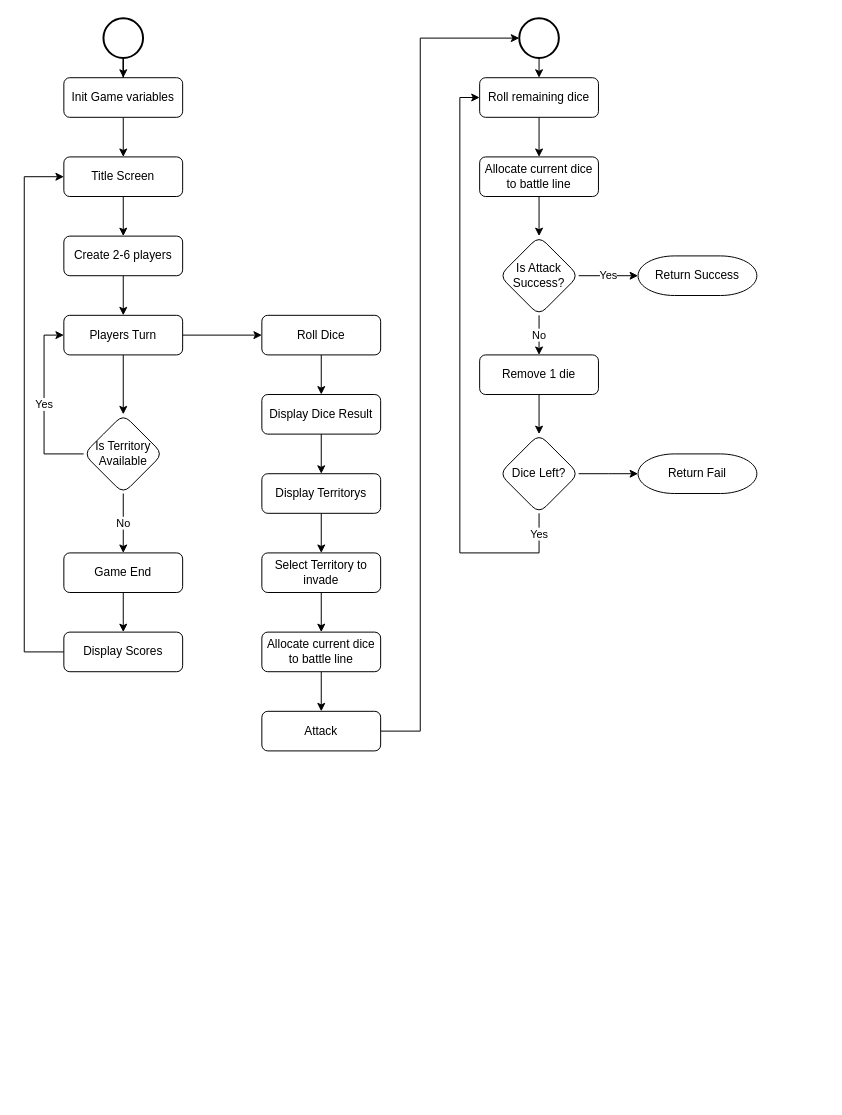
Above: Diagram-overview.drawio in JustinBaldock/C64-DiceOfSengoku (draw.io), before the change. Source tidied: cells renumbered, new cells numbered last; positions are measured from the earlier drawing's top-left corner, leaving out a move shared by most shapes. Both pictures are drawn from the tidied source at 99%, with x=0, y=0 at pixel (24, 18).
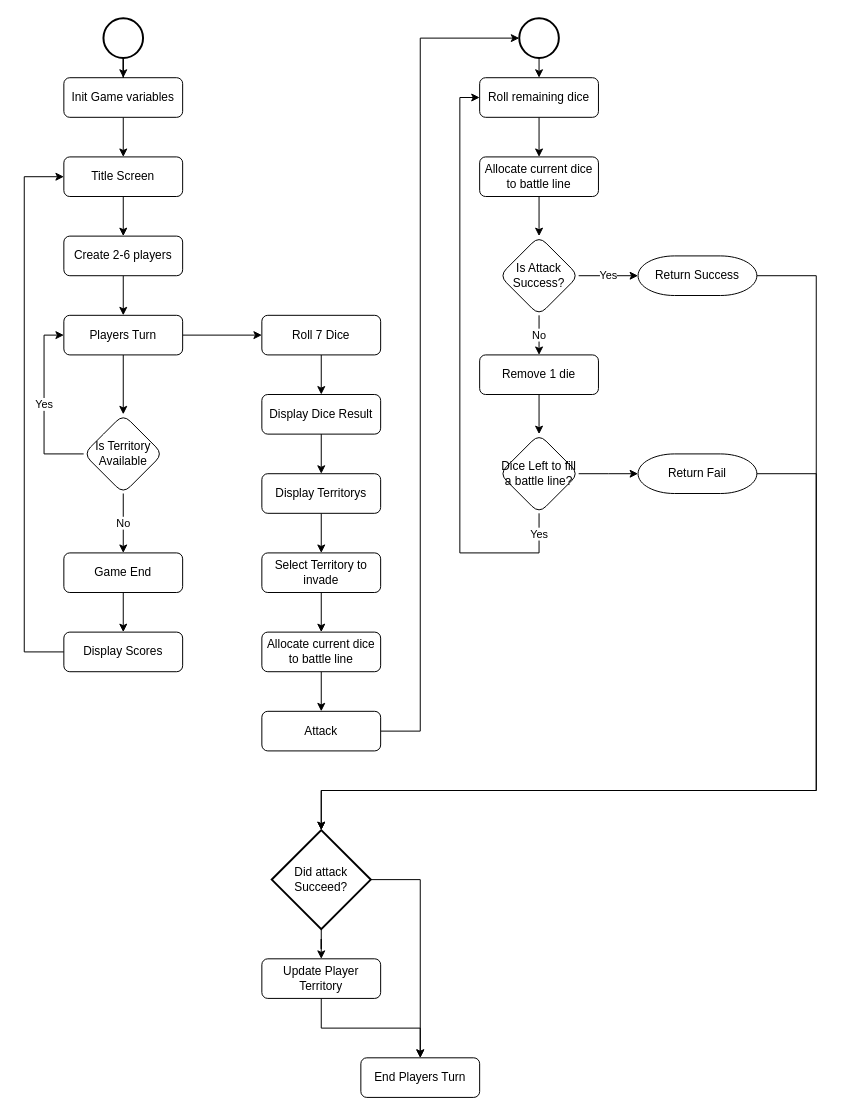
The same diagram, later.

The change refers to these unchanged cells:
```xml
<mxCell id="38" value="Return Success" style="strokeWidth=1;html=1;shape=mxgraph.flowchart.terminator;whiteSpace=wrap;" parent="1" vertex="1">
  <mxGeometry x="620" y="240" width="120" height="40" as="geometry" />
</mxCell>
<mxCell id="39" value="Return Fail" style="strokeWidth=1;html=1;shape=mxgraph.flowchart.terminator;whiteSpace=wrap;" parent="1" vertex="1">
  <mxGeometry x="620" y="440" width="120" height="40" as="geometry" />
</mxCell>
```

Change to the diagram source:
```diff
@@
-    <mxCell id="12" value="Roll Dice" style="whiteSpace=wrap;html=1;rounded=1;glass=0;strokeWidth=1;shadow=0;" parent="1" vertex="1">
+    <mxCell id="12" value="Roll 7 Dice" style="whiteSpace=wrap;html=1;rounded=1;glass=0;strokeWidth=1;shadow=0;" parent="1" vertex="1">
       <mxGeometry x="240" y="300" width="120" height="40" as="geometry" />
     </mxCell>
@@
-    <mxCell id="37" value="Dice Left?" style="rhombus;whiteSpace=wrap;html=1;rounded=1;glass=0;strokeWidth=1;shadow=0;" parent="1" vertex="1">
+    <mxCell id="37" value="Dice Left to fill a battle line?" style="rhombus;whiteSpace=wrap;html=1;rounded=1;glass=0;strokeWidth=1;shadow=0;" parent="1" vertex="1">
       <mxGeometry x="480" y="420" width="80" height="80" as="geometry" />
     </mxCell>
+    <mxCell id="49" style="edgeStyle=orthogonalEdgeStyle;rounded=0;jettySize=auto;html=1;entryX=0.5;entryY=0;entryDx=0;entryDy=0;entryPerimeter=0;" parent="1" edge="1" source="38" target="53">
+      <mxGeometry relative="1" as="geometry">
+        <Array as="points">
+          <mxPoint x="800" y="260" />
+          <mxPoint x="800" y="780" />
+          <mxPoint x="300" y="780" />
+        </Array>
+      </mxGeometry>
+    </mxCell>
@@
+    <mxCell id="50" style="edgeStyle=orthogonalEdgeStyle;rounded=0;jettySize=auto;html=1;entryX=0.5;entryY=0;entryDx=0;entryDy=0;entryPerimeter=0;" parent="1" edge="1" source="39" target="53">
+      <mxGeometry relative="1" as="geometry">
+        <Array as="points">
+          <mxPoint x="800" y="460" />
+          <mxPoint x="800" y="780" />
+          <mxPoint x="300" y="780" />
+        </Array>
+      </mxGeometry>
+    </mxCell>
@@
+    <mxCell id="51" style="edgeStyle=orthogonalEdgeStyle;rounded=0;jettySize=auto;html=1;" parent="1" edge="1" source="53" target="55">
+      <mxGeometry relative="1" as="geometry" />
+    </mxCell>
+    <mxCell id="52" style="edgeStyle=orthogonalEdgeStyle;rounded=0;jettySize=auto;html=1;entryX=0.5;entryY=0;entryDx=0;entryDy=0;" parent="1" edge="1" source="53" target="56">
+      <mxGeometry relative="1" as="geometry">
+        <Array as="points">
+          <mxPoint x="400" y="870" />
+        </Array>
+      </mxGeometry>
+    </mxCell>
+    <mxCell id="53" value="Did attack Succeed?" style="strokeWidth=2;html=1;shape=mxgraph.flowchart.decision;whiteSpace=wrap;" parent="1" vertex="1">
+      <mxGeometry x="250" y="820" width="100" height="100" as="geometry" />
+    </mxCell>
+    <mxCell id="54" style="edgeStyle=orthogonalEdgeStyle;rounded=0;jettySize=auto;html=1;entryX=0.5;entryY=0;entryDx=0;entryDy=0;" parent="1" edge="1" source="55" target="56">
+      <mxGeometry relative="1" as="geometry" />
+    </mxCell>
+    <mxCell id="55" value="Update Player Territory" style="whiteSpace=wrap;html=1;rounded=1;glass=0;strokeWidth=1;shadow=0;" parent="1" vertex="1">
+      <mxGeometry x="240" y="950" width="120" height="40" as="geometry" />
+    </mxCell>
+    <mxCell id="56" value="End Players Turn" style="whiteSpace=wrap;html=1;rounded=1;glass=0;strokeWidth=1;shadow=0;" parent="1" vertex="1">
+      <mxGeometry x="340" y="1050" width="120" height="40" as="geometry" />
+    </mxCell>
```
